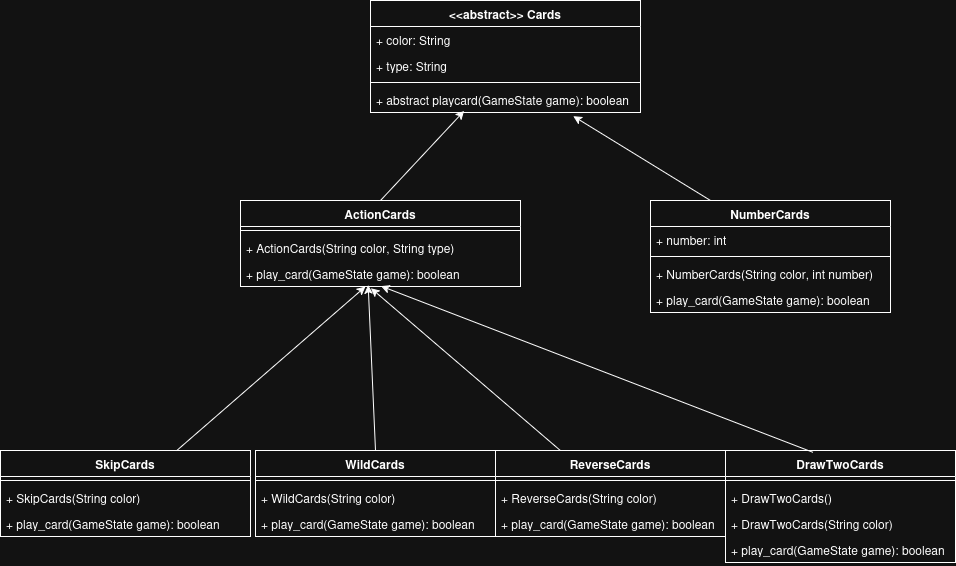
The draw.io diagram img/UML.png in nicholasteslaaa/Soal_UG, before a commit. Source tidied: cells renumbered, new cells last; positions are measured from the earlier drawing's top-left corner, leaving out a move shared by most shapes.
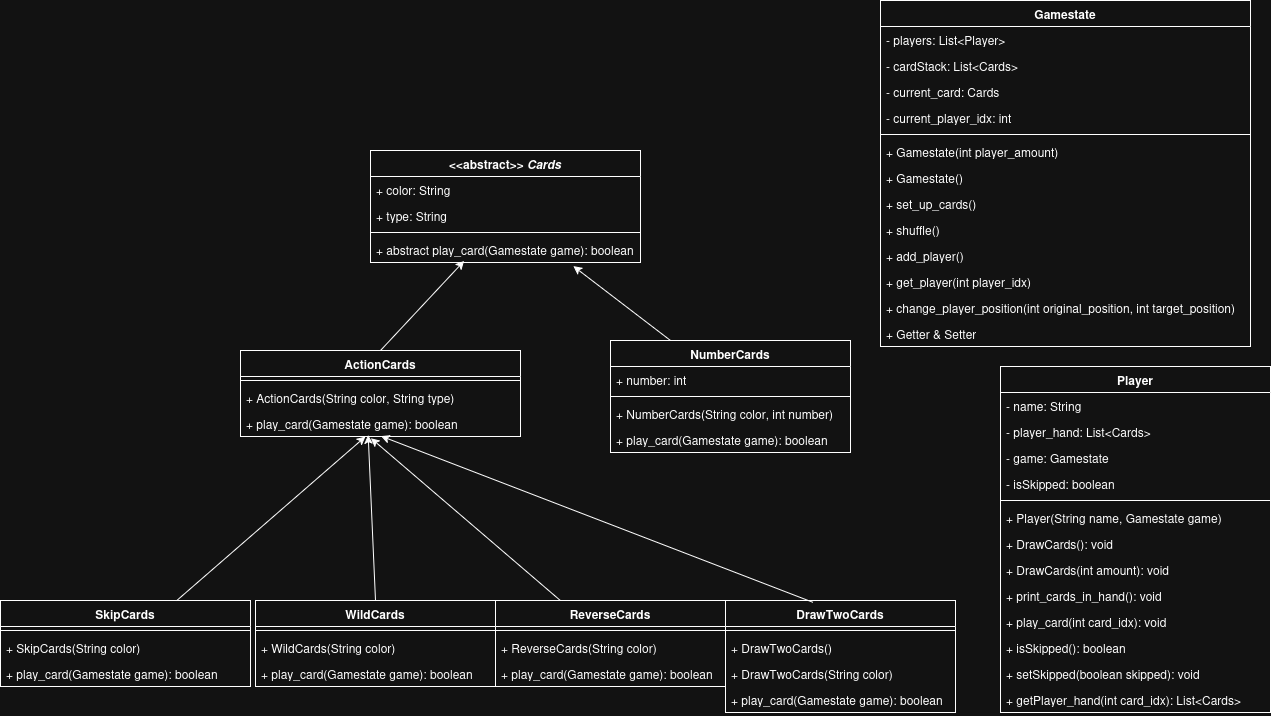
After the commit.

Commit message:
Memperbaiki UML dan menambahkan private pada atribut

Diff of the diagram source:
```diff
@@ -2,7 +2,7 @@
   <root>
     <mxCell id="0" />
     <mxCell id="1" parent="0" />
-    <mxCell id="2" value="&amp;lt;&amp;lt;abstract&amp;gt;&amp;gt; Cards" style="swimlane;fontStyle=1;align=center;verticalAlign=top;horizontal=1;startSize=26;whiteSpace=wrap;html=1;" parent="1" vertex="1">
+    <mxCell id="2" value="&amp;lt;&amp;lt;abstract&amp;gt;&amp;gt; &lt;i&gt;Cards&lt;/i&gt;" style="swimlane;fontStyle=1;align=center;verticalAlign=top;horizontal=1;startSize=26;whiteSpace=wrap;html=1;" parent="1" vertex="1">
       <mxGeometry x="370" width="270" height="112" as="geometry" />
     </mxCell>
     <mxCell id="3" value="+ color: String" style="text;strokeColor=none;fillColor=none;align=left;verticalAlign=top;spacingLeft=4;spacingRight=4;overflow=hidden;whiteSpace=wrap;html=1;" parent="2" vertex="1">
@@ -14,7 +14,7 @@
     <mxCell id="5" style="line;strokeWidth=1;fillColor=none;align=left;verticalAlign=middle;spacingTop=-1;spacingLeft=3;spacingRight=3;labelPosition=right;strokeColor=inherit;" parent="2" vertex="1">
       <mxGeometry y="78" width="270" height="8" as="geometry" />
     </mxCell>
-    <mxCell id="6" value="+ abstract playcard(GameState game): boolean" style="text;strokeColor=none;fillColor=none;align=left;verticalAlign=top;spacingLeft=4;spacingRight=4;overflow=hidden;points=[[0,0.5],[1,0.5]];portConstraint=eastwest;whiteSpace=wrap;html=1;" parent="2" vertex="1">
+    <mxCell id="6" value="+ abstract play_card(Gamestate&amp;nbsp;game): boolean" style="text;strokeColor=none;fillColor=none;align=left;verticalAlign=top;spacingLeft=4;spacingRight=4;overflow=hidden;points=[[0,0.5],[1,0.5]];portConstraint=eastwest;whiteSpace=wrap;html=1;" parent="2" vertex="1">
       <mxGeometry y="86" width="270" height="26" as="geometry" />
     </mxCell>
     <mxCell id="7" value="ActionCards" style="swimlane;fontStyle=1;align=center;verticalAlign=top;horizontal=1;startSize=26;whiteSpace=wrap;html=1;" parent="1" vertex="1">
@@ -26,7 +26,7 @@
     <mxCell id="9" value="+ ActionCards(String color, String type)" style="text;strokeColor=none;fillColor=none;align=left;verticalAlign=top;spacingLeft=4;spacingRight=4;overflow=hidden;whiteSpace=wrap;html=1;" parent="7" vertex="1">
       <mxGeometry y="34" width="280" height="26" as="geometry" />
     </mxCell>
-    <mxCell id="10" value="+ play_card(GameState game): boolean" style="text;strokeColor=none;fillColor=none;align=left;verticalAlign=top;spacingLeft=4;spacingRight=4;overflow=hidden;points=[[0,0.5],[1,0.5]];portConstraint=eastwest;whiteSpace=wrap;html=1;" parent="7" vertex="1">
+    <mxCell id="10" value="+ play_card(Gamestate game): boolean" style="text;strokeColor=none;fillColor=none;align=left;verticalAlign=top;spacingLeft=4;spacingRight=4;overflow=hidden;points=[[0,0.5],[1,0.5]];portConstraint=eastwest;whiteSpace=wrap;html=1;" parent="7" vertex="1">
       <mxGeometry y="60" width="280" height="26" as="geometry" />
     </mxCell>
     <mxCell id="11" value="&lt;div&gt;DrawTwoCards&lt;/div&gt;" style="swimlane;fontStyle=1;align=center;verticalAlign=top;horizontal=1;startSize=26;whiteSpace=wrap;html=1;" parent="1" vertex="1">
@@ -41,11 +41,11 @@
     <mxCell id="14" value="+ DrawTwoCards(String color)" style="text;strokeColor=none;fillColor=none;align=left;verticalAlign=top;spacingLeft=4;spacingRight=4;overflow=hidden;whiteSpace=wrap;html=1;" parent="11" vertex="1">
       <mxGeometry y="60" width="230" height="26" as="geometry" />
     </mxCell>
-    <mxCell id="15" value="+ play_card(GameState game): boolean" style="text;strokeColor=none;fillColor=none;align=left;verticalAlign=top;spacingLeft=4;spacingRight=4;overflow=hidden;whiteSpace=wrap;html=1;" parent="11" vertex="1">
+    <mxCell id="15" value="+ play_card(Gamestate&amp;nbsp;game): boolean" style="text;strokeColor=none;fillColor=none;align=left;verticalAlign=top;spacingLeft=4;spacingRight=4;overflow=hidden;whiteSpace=wrap;html=1;" parent="11" vertex="1">
       <mxGeometry y="86" width="230" height="26" as="geometry" />
     </mxCell>
     <mxCell id="16" value="NumberCards" style="swimlane;fontStyle=1;align=center;verticalAlign=top;horizontal=1;startSize=26;whiteSpace=wrap;html=1;" parent="1" vertex="1">
-      <mxGeometry x="650" y="200" width="240" height="112" as="geometry" />
+      <mxGeometry x="610" y="190" width="240" height="112" as="geometry" />
     </mxCell>
     <mxCell id="17" value="+ number: int" style="text;strokeColor=none;fillColor=none;align=left;verticalAlign=top;spacingLeft=4;spacingRight=4;overflow=hidden;whiteSpace=wrap;html=1;" parent="16" vertex="1">
       <mxGeometry y="26" width="240" height="26" as="geometry" />
@@ -56,7 +56,7 @@
     <mxCell id="19" value="+ NumberCards(String color, int number)" style="text;strokeColor=none;fillColor=none;align=left;verticalAlign=top;spacingLeft=4;spacingRight=4;overflow=hidden;whiteSpace=wrap;html=1;" parent="16" vertex="1">
       <mxGeometry y="60" width="240" height="26" as="geometry" />
     </mxCell>
-    <mxCell id="20" value="+ play_card(GameState game): boolean" style="text;strokeColor=none;fillColor=none;align=left;verticalAlign=top;spacingLeft=4;spacingRight=4;overflow=hidden;whiteSpace=wrap;html=1;" parent="16" vertex="1">
+    <mxCell id="20" value="+ play_card(Gamestate&amp;nbsp;game): boolean" style="text;strokeColor=none;fillColor=none;align=left;verticalAlign=top;spacingLeft=4;spacingRight=4;overflow=hidden;whiteSpace=wrap;html=1;" parent="16" vertex="1">
       <mxGeometry y="86" width="240" height="26" as="geometry" />
     </mxCell>
     <mxCell id="21" value="ReverseCards" style="swimlane;fontStyle=1;align=center;verticalAlign=top;horizontal=1;startSize=26;whiteSpace=wrap;html=1;" parent="1" vertex="1">
@@ -68,7 +68,7 @@
     <mxCell id="23" value="+ ReverseCards(String color)" style="text;strokeColor=none;fillColor=none;align=left;verticalAlign=top;spacingLeft=4;spacingRight=4;overflow=hidden;whiteSpace=wrap;html=1;" parent="21" vertex="1">
       <mxGeometry y="34" width="230" height="26" as="geometry" />
     </mxCell>
-    <mxCell id="24" value="+ play_card(GameState game): boolean" style="text;strokeColor=none;fillColor=none;align=left;verticalAlign=top;spacingLeft=4;spacingRight=4;overflow=hidden;whiteSpace=wrap;html=1;" parent="21" vertex="1">
+    <mxCell id="24" value="+ play_card(Gamestate&amp;nbsp;game): boolean" style="text;strokeColor=none;fillColor=none;align=left;verticalAlign=top;spacingLeft=4;spacingRight=4;overflow=hidden;whiteSpace=wrap;html=1;" parent="21" vertex="1">
       <mxGeometry y="60" width="230" height="26" as="geometry" />
     </mxCell>
     <mxCell id="25" value="SkipCards" style="swimlane;fontStyle=1;align=center;verticalAlign=top;horizontal=1;startSize=26;whiteSpace=wrap;html=1;" parent="1" vertex="1">
@@ -80,7 +80,7 @@
     <mxCell id="27" value="+ SkipCards(String color)" style="text;strokeColor=none;fillColor=none;align=left;verticalAlign=top;spacingLeft=4;spacingRight=4;overflow=hidden;whiteSpace=wrap;html=1;" parent="25" vertex="1">
       <mxGeometry y="34" width="250" height="26" as="geometry" />
     </mxCell>
-    <mxCell id="28" value="+ play_card(GameState game): boolean" style="text;strokeColor=none;fillColor=none;align=left;verticalAlign=top;spacingLeft=4;spacingRight=4;overflow=hidden;whiteSpace=wrap;html=1;" parent="25" vertex="1">
+    <mxCell id="28" value="+ play_card(Gamestate game): boolean" style="text;strokeColor=none;fillColor=none;align=left;verticalAlign=top;spacingLeft=4;spacingRight=4;overflow=hidden;whiteSpace=wrap;html=1;" parent="25" vertex="1">
       <mxGeometry y="60" width="250" height="26" as="geometry" />
     </mxCell>
     <mxCell id="29" value="WildCards" style="swimlane;fontStyle=1;align=center;verticalAlign=top;horizontal=1;startSize=26;whiteSpace=wrap;html=1;" parent="1" vertex="1">
@@ -92,7 +92,7 @@
     <mxCell id="31" value="+ WildCards(String color)" style="text;strokeColor=none;fillColor=none;align=left;verticalAlign=top;spacingLeft=4;spacingRight=4;overflow=hidden;whiteSpace=wrap;html=1;" parent="29" vertex="1">
       <mxGeometry y="34" width="240" height="26" as="geometry" />
     </mxCell>
-    <mxCell id="32" value="+ play_card(GameState game): boolean" style="text;strokeColor=none;fillColor=none;align=left;verticalAlign=top;spacingLeft=4;spacingRight=4;overflow=hidden;whiteSpace=wrap;html=1;" parent="29" vertex="1">
+    <mxCell id="32" value="+ play_card(Gamestate&amp;nbsp;game): boolean" style="text;strokeColor=none;fillColor=none;align=left;verticalAlign=top;spacingLeft=4;spacingRight=4;overflow=hidden;whiteSpace=wrap;html=1;" parent="29" vertex="1">
       <mxGeometry y="60" width="240" height="26" as="geometry" />
     </mxCell>
     <mxCell id="33" style="endArrow=classic;html=1;rounded=0;entryX=0.456;entryY=0.951;entryDx=0;entryDy=0;entryPerimeter=0;exitX=0.5;exitY=0;exitDx=0;exitDy=0;" parent="1" edge="1" source="29" target="10">
@@ -113,5 +113,89 @@
     <mxCell id="38" style="endArrow=classic;html=1;rounded=0;exitX=0.25;exitY=0;exitDx=0;exitDy=0;entryX=0.751;entryY=1.14;entryDx=0;entryDy=0;entryPerimeter=0;" parent="1" edge="1" source="16" target="6">
       <mxGeometry relative="1" as="geometry" />
     </mxCell>
+    <mxCell id="39" value="Gamestate" style="swimlane;fontStyle=1;align=center;verticalAlign=top;horizontal=1;startSize=26;whiteSpace=wrap;html=1;" parent="1" vertex="1">
+      <mxGeometry x="880" y="-150" width="370" height="346" as="geometry" />
+    </mxCell>
+    <mxCell id="40" value="- players: List&amp;lt;Player&amp;gt;" style="text;strokeColor=none;fillColor=none;align=left;verticalAlign=top;spacingLeft=4;spacingRight=4;overflow=hidden;whiteSpace=wrap;html=1;" parent="39" vertex="1">
+      <mxGeometry y="26" width="370" height="26" as="geometry" />
+    </mxCell>
+    <mxCell id="41" value="- cardStack: List&amp;lt;Cards&amp;gt;" style="text;strokeColor=none;fillColor=none;align=left;verticalAlign=top;spacingLeft=4;spacingRight=4;overflow=hidden;whiteSpace=wrap;html=1;" parent="39" vertex="1">
+      <mxGeometry y="52" width="370" height="26" as="geometry" />
+    </mxCell>
+    <mxCell id="42" value="- current_card: Cards" style="text;strokeColor=none;fillColor=none;align=left;verticalAlign=top;spacingLeft=4;spacingRight=4;overflow=hidden;whiteSpace=wrap;html=1;" parent="39" vertex="1">
+      <mxGeometry y="78" width="370" height="26" as="geometry" />
+    </mxCell>
+    <mxCell id="43" value="- current_player_idx: int&amp;nbsp;" style="text;strokeColor=none;fillColor=none;align=left;verticalAlign=top;spacingLeft=4;spacingRight=4;overflow=hidden;whiteSpace=wrap;html=1;" parent="39" vertex="1">
+      <mxGeometry y="104" width="370" height="26" as="geometry" />
+    </mxCell>
+    <mxCell id="44" style="line;strokeWidth=1;fillColor=none;align=left;verticalAlign=middle;spacingTop=-1;spacingLeft=3;spacingRight=3;labelPosition=right;strokeColor=inherit;" parent="39" vertex="1">
+      <mxGeometry y="130" width="370" height="8" as="geometry" />
+    </mxCell>
+    <mxCell id="45" value="&lt;div&gt;+ Gamestate(int player_amount)&lt;/div&gt;" style="text;strokeColor=none;fillColor=none;align=left;verticalAlign=top;spacingLeft=4;spacingRight=4;overflow=hidden;whiteSpace=wrap;html=1;" parent="39" vertex="1">
+      <mxGeometry y="138" width="370" height="26" as="geometry" />
+    </mxCell>
+    <mxCell id="46" value="&lt;div&gt;+ Gamestate()&lt;/div&gt;" style="text;strokeColor=none;fillColor=none;align=left;verticalAlign=top;spacingLeft=4;spacingRight=4;overflow=hidden;whiteSpace=wrap;html=1;" parent="39" vertex="1">
+      <mxGeometry y="164" width="370" height="26" as="geometry" />
+    </mxCell>
+    <mxCell id="47" value="&lt;div&gt;+ set_up_cards()&lt;/div&gt;" style="text;strokeColor=none;fillColor=none;align=left;verticalAlign=top;spacingLeft=4;spacingRight=4;overflow=hidden;whiteSpace=wrap;html=1;" parent="39" vertex="1">
+      <mxGeometry y="190" width="370" height="26" as="geometry" />
+    </mxCell>
+    <mxCell id="48" value="&lt;div&gt;+ shuffle()&lt;/div&gt;" style="text;strokeColor=none;fillColor=none;align=left;verticalAlign=top;spacingLeft=4;spacingRight=4;overflow=hidden;whiteSpace=wrap;html=1;" parent="39" vertex="1">
+      <mxGeometry y="216" width="370" height="26" as="geometry" />
+    </mxCell>
+    <mxCell id="49" value="&lt;div&gt;+ add_player()&lt;/div&gt;" style="text;strokeColor=none;fillColor=none;align=left;verticalAlign=top;spacingLeft=4;spacingRight=4;overflow=hidden;whiteSpace=wrap;html=1;" parent="39" vertex="1">
+      <mxGeometry y="242" width="370" height="26" as="geometry" />
+    </mxCell>
+    <mxCell id="50" value="&lt;div&gt;+ get_player(int player_idx)&lt;/div&gt;" style="text;strokeColor=none;fillColor=none;align=left;verticalAlign=top;spacingLeft=4;spacingRight=4;overflow=hidden;whiteSpace=wrap;html=1;" parent="39" vertex="1">
+      <mxGeometry y="268" width="370" height="26" as="geometry" />
+    </mxCell>
+    <mxCell id="51" value="&lt;div&gt;+ change_player_position(int original_position, int target_position)&lt;/div&gt;" style="text;strokeColor=none;fillColor=none;align=left;verticalAlign=top;spacingLeft=4;spacingRight=4;overflow=hidden;whiteSpace=wrap;html=1;" parent="39" vertex="1">
+      <mxGeometry y="294" width="370" height="26" as="geometry" />
+    </mxCell>
+    <mxCell id="52" value="&lt;div&gt;+ Getter &amp;amp; Setter&lt;/div&gt;" style="text;strokeColor=none;fillColor=none;align=left;verticalAlign=top;spacingLeft=4;spacingRight=4;overflow=hidden;whiteSpace=wrap;html=1;" parent="39" vertex="1">
+      <mxGeometry y="320" width="370" height="26" as="geometry" />
+    </mxCell>
+    <mxCell id="53" value="Player" style="swimlane;fontStyle=1;align=center;verticalAlign=top;horizontal=1;startSize=26;whiteSpace=wrap;html=1;" parent="1" vertex="1">
+      <mxGeometry x="1000" y="216" width="270" height="346" as="geometry" />
+    </mxCell>
+    <mxCell id="54" value="- name: String" style="text;strokeColor=none;fillColor=none;align=left;verticalAlign=top;spacingLeft=4;spacingRight=4;overflow=hidden;whiteSpace=wrap;html=1;" parent="53" vertex="1">
+      <mxGeometry y="26" width="270" height="26" as="geometry" />
+    </mxCell>
+    <mxCell id="55" value="- player_hand: List&amp;lt;Cards&amp;gt;" style="text;strokeColor=none;fillColor=none;align=left;verticalAlign=top;spacingLeft=4;spacingRight=4;overflow=hidden;whiteSpace=wrap;html=1;" parent="53" vertex="1">
+      <mxGeometry y="52" width="270" height="26" as="geometry" />
+    </mxCell>
+    <mxCell id="56" value="- game: Gamestate" style="text;strokeColor=none;fillColor=none;align=left;verticalAlign=top;spacingLeft=4;spacingRight=4;overflow=hidden;whiteSpace=wrap;html=1;" parent="53" vertex="1">
+      <mxGeometry y="78" width="270" height="26" as="geometry" />
+    </mxCell>
+    <mxCell id="57" value="- isSkipped: boolean" style="text;strokeColor=none;fillColor=none;align=left;verticalAlign=top;spacingLeft=4;spacingRight=4;overflow=hidden;whiteSpace=wrap;html=1;" parent="53" vertex="1">
+      <mxGeometry y="104" width="270" height="26" as="geometry" />
+    </mxCell>
+    <mxCell id="58" style="line;strokeWidth=1;fillColor=none;align=left;verticalAlign=middle;spacingTop=-1;spacingLeft=3;spacingRight=3;labelPosition=right;strokeColor=inherit;" parent="53" vertex="1">
+      <mxGeometry y="130" width="270" height="8" as="geometry" />
+    </mxCell>
+    <mxCell id="59" value="+ Player(String name, Gamestate game)" style="text;strokeColor=none;fillColor=none;align=left;verticalAlign=top;spacingLeft=4;spacingRight=4;overflow=hidden;whiteSpace=wrap;html=1;" parent="53" vertex="1">
+      <mxGeometry y="138" width="270" height="26" as="geometry" />
+    </mxCell>
+    <mxCell id="60" value="+ DrawCards(): void" style="text;strokeColor=none;fillColor=none;align=left;verticalAlign=top;spacingLeft=4;spacingRight=4;overflow=hidden;whiteSpace=wrap;html=1;" parent="53" vertex="1">
+      <mxGeometry y="164" width="270" height="26" as="geometry" />
+    </mxCell>
+    <mxCell id="61" value="+ DrawCards(int amount): void" style="text;strokeColor=none;fillColor=none;align=left;verticalAlign=top;spacingLeft=4;spacingRight=4;overflow=hidden;whiteSpace=wrap;html=1;" parent="53" vertex="1">
+      <mxGeometry y="190" width="270" height="26" as="geometry" />
+    </mxCell>
+    <mxCell id="62" value="+ print_cards_in_hand(): void" style="text;strokeColor=none;fillColor=none;align=left;verticalAlign=top;spacingLeft=4;spacingRight=4;overflow=hidden;whiteSpace=wrap;html=1;" parent="53" vertex="1">
+      <mxGeometry y="216" width="270" height="26" as="geometry" />
+    </mxCell>
+    <mxCell id="63" value="+ play_card(int card_idx): void" style="text;strokeColor=none;fillColor=none;align=left;verticalAlign=top;spacingLeft=4;spacingRight=4;overflow=hidden;whiteSpace=wrap;html=1;" parent="53" vertex="1">
+      <mxGeometry y="242" width="270" height="26" as="geometry" />
+    </mxCell>
+    <mxCell id="64" value="+ isSkipped(): boolean" style="text;strokeColor=none;fillColor=none;align=left;verticalAlign=top;spacingLeft=4;spacingRight=4;overflow=hidden;whiteSpace=wrap;html=1;" parent="53" vertex="1">
+      <mxGeometry y="268" width="270" height="26" as="geometry" />
+    </mxCell>
+    <mxCell id="65" value="+ setSkipped(boolean skipped): void" style="text;strokeColor=none;fillColor=none;align=left;verticalAlign=top;spacingLeft=4;spacingRight=4;overflow=hidden;whiteSpace=wrap;html=1;" parent="53" vertex="1">
+      <mxGeometry y="294" width="270" height="26" as="geometry" />
+    </mxCell>
+    <mxCell id="66" value="+ getPlayer_hand(int card_idx): List&amp;lt;Cards&amp;gt;" style="text;strokeColor=none;fillColor=none;align=left;verticalAlign=top;spacingLeft=4;spacingRight=4;overflow=hidden;whiteSpace=wrap;html=1;" parent="53" vertex="1">
+      <mxGeometry y="320" width="270" height="26" as="geometry" />
+    </mxCell>
   </root>
 </mxGraphModel>
```
